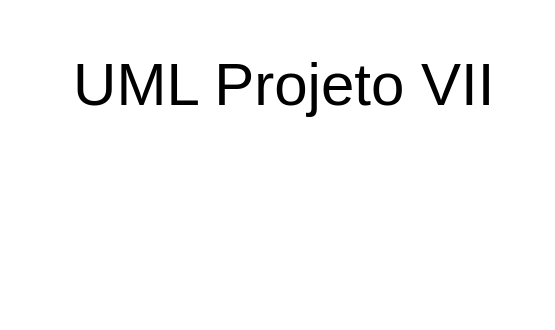
The draw.io diagram UML_PVII.drawio in ONCGM/Projeto-VII, before the edit. Source tidied: cells renumbered, new cells numbered last; positions are measured from the earlier drawing's top-left corner, leaving out a move shared by most shapes. Both pictures are drawn from the tidied source at 125%, with x=0, y=0 at pixel (34, 21).
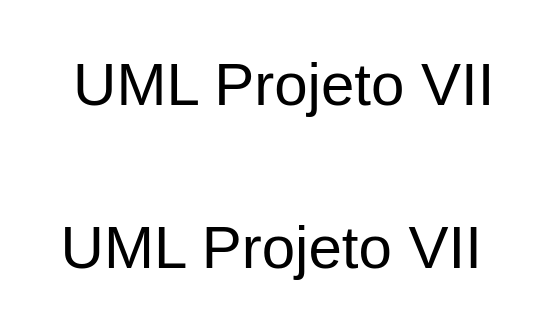
The same page after the edit.

Change to the diagram source:
```diff
@@
 <mxGraphModel>
   <root>
     <mxCell id="0" />
     <mxCell id="1" parent="0" />
     <mxCell id="2" value="UML Projeto VII" style="text;html=1;strokeColor=none;fillColor=none;align=center;verticalAlign=middle;whiteSpace=wrap;rounded=0;fontSize=48;" parent="1" vertex="1">
       <mxGeometry width="400" height="100" as="geometry" />
     </mxCell>
+    <mxCell id="3" value="UML Projeto VII" style="text;html=1;strokeColor=none;fillColor=none;align=center;verticalAlign=middle;whiteSpace=wrap;rounded=0;fontSize=48;" parent="1" vertex="1">
+      <mxGeometry x="-10" y="130" width="400" height="100" as="geometry" />
+    </mxCell>
   </root>
 </mxGraphModel>
```
